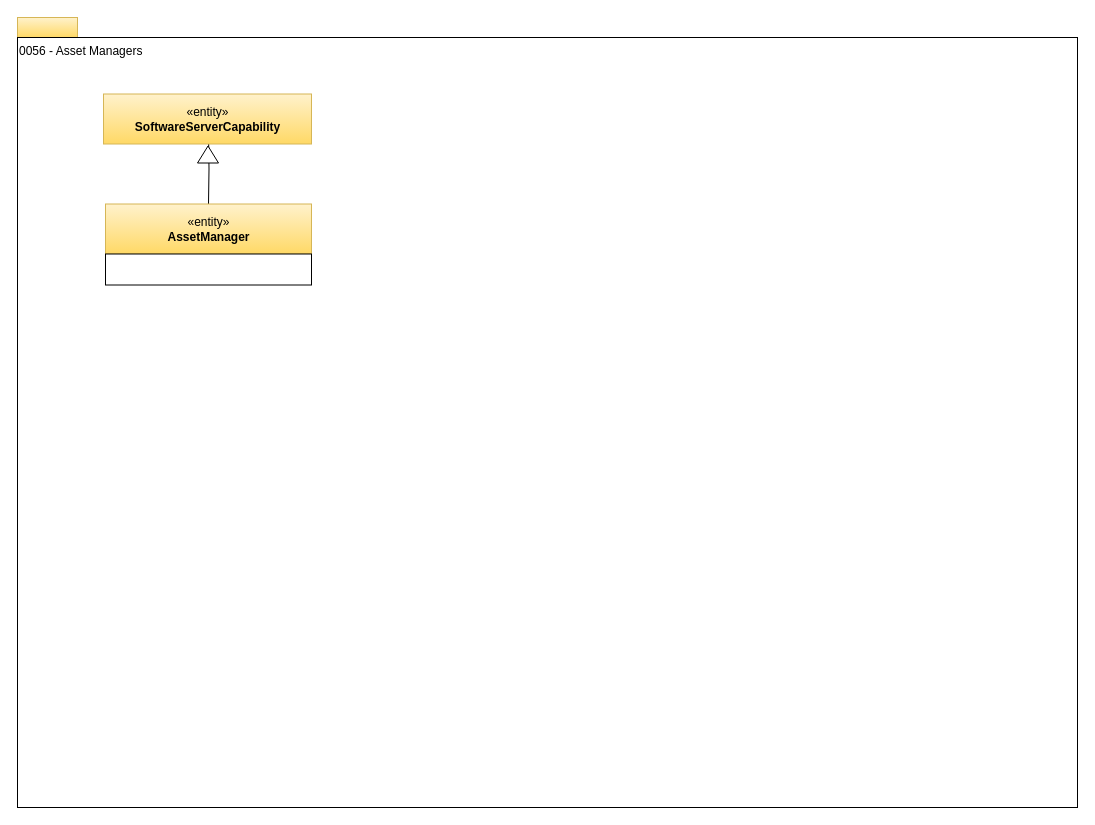
The draw.io diagram page "0056-Asset-Managers" (18 of 21) of open-metadata-publication/website/open-metadata-types/area-0-basic-types-and-infrastructure.drawio in odpi/egeria, before the edit. Source tidied: cells renumbered, new cells numbered last; positions are measured from the earlier drawing's top-left corner, leaving out a move shared by most shapes. Both pictures are drawn from the tidied source at 100%, with x=0, y=0 at pixel (17, 17).
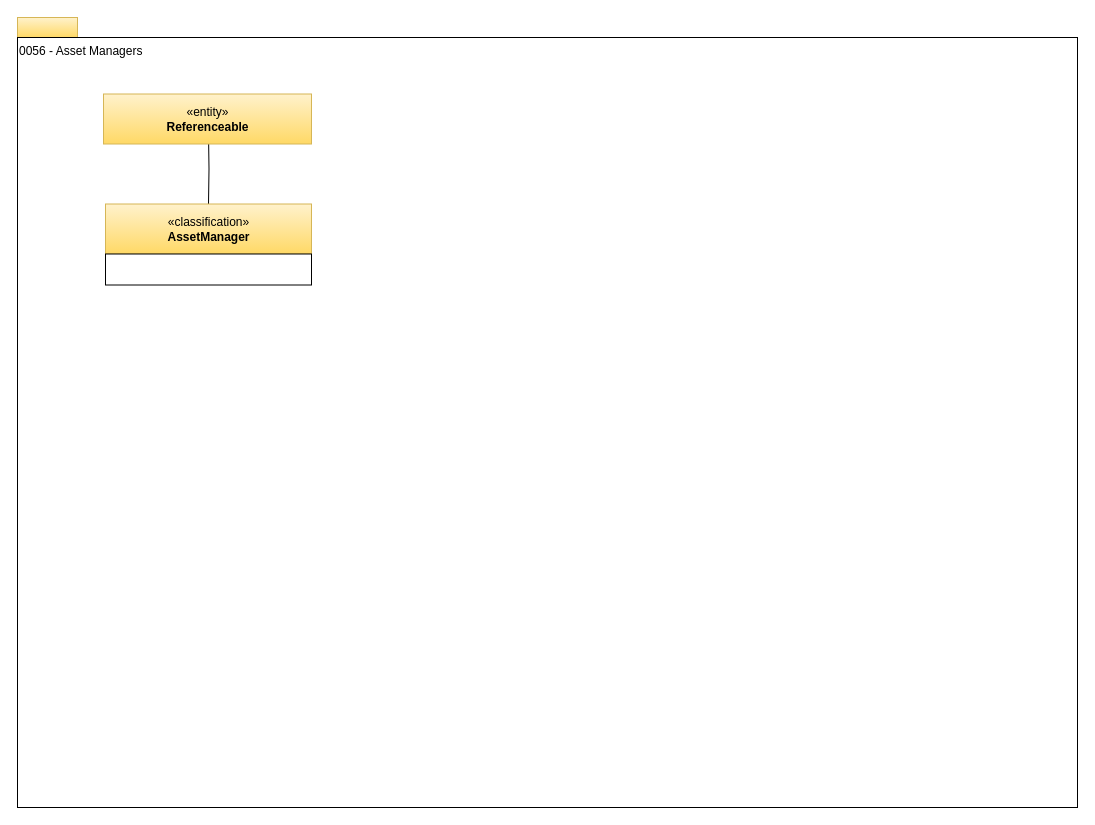
The same diagram, later.

Diff of the diagram source:
```diff
@@
 <mxGraphModel>
   <root>
     <mxCell id="0" />
     <mxCell id="1" parent="0" />
     <mxCell id="2" style="rounded=0;whiteSpace=wrap;html=1;align=left;fillColor=#fff2cc;strokeColor=#d6b656;gradientColor=#ffd966;" parent="1" vertex="1">
       <mxGeometry width="60" height="20" as="geometry" />
     </mxCell>
     <mxCell id="3" value="0056 - Asset Managers" style="rounded=0;whiteSpace=wrap;html=1;align=left;verticalAlign=top;" parent="1" vertex="1">
       <mxGeometry y="20" width="1060" height="770" as="geometry" />
     </mxCell>
     <mxCell id="4" style="edgeStyle=orthogonalEdgeStyle;rounded=0;html=1;endArrow=none;endFill=0;jettySize=auto;" parent="1" edge="1" target="5">
       <mxGeometry relative="1" as="geometry">
         <mxPoint x="191" y="115.5" as="sourcePoint" />
       </mxGeometry>
     </mxCell>
-    <mxCell id="5" value="«entity»&lt;br&gt;&lt;b&gt;AssetManager&lt;/b&gt;" style="html=1;strokeColor=#d6b656;align=center;fillColor=#fff2cc;gradientColor=#ffd966;" parent="1" vertex="1">
+    <mxCell id="5" value="«classification»&lt;br&gt;&lt;b&gt;AssetManager&lt;/b&gt;" style="html=1;strokeColor=#d6b656;align=center;fillColor=#fff2cc;gradientColor=#ffd966;" parent="1" vertex="1">
       <mxGeometry x="88" y="186.5" width="206" height="50" as="geometry" />
     </mxCell>
     <mxCell id="6" style="rounded=0;whiteSpace=wrap;html=1;strokeColor=#000000;gradientColor=#ffffff;align=center;" parent="1" vertex="1">
       <mxGeometry x="88" y="236.5" width="206" height="31" as="geometry" />
     </mxCell>
-    <mxCell id="7" style="triangle;whiteSpace=wrap;html=1;strokeColor=#000000;gradientColor=#ffffff;align=center;rotation=-90;" parent="1" vertex="1">
-      <mxGeometry x="182" y="126.5" width="17" height="21" as="geometry" />
-    </mxCell>
-    <mxCell id="8" value="«entity»&lt;br&gt;&lt;b&gt;SoftwareServerCapability&lt;/b&gt;" style="html=1;strokeColor=#d6b656;align=center;fillColor=#fff2cc;gradientColor=#ffd966;" parent="1" vertex="1">
+    <mxCell id="8" value="«entity»&lt;br&gt;&lt;b&gt;Referenceable&lt;/b&gt;" style="html=1;strokeColor=#d6b656;align=center;fillColor=#fff2cc;gradientColor=#ffd966;" parent="1" vertex="1">
       <mxGeometry x="86" y="76.5" width="208" height="50" as="geometry" />
     </mxCell>
   </root>
 </mxGraphModel>
```
